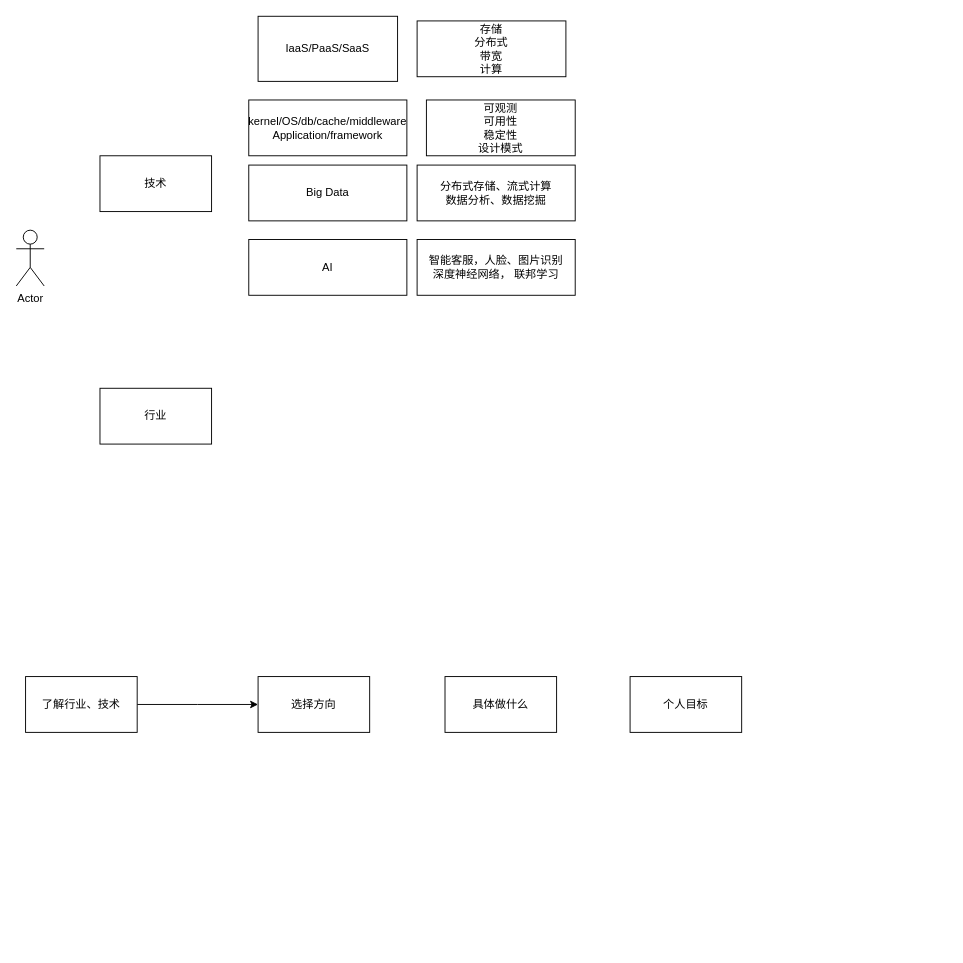
airdb/drawio keeps this draw.io diagram as engineer.drawio. Above is the earlier version. Source tidied: cells renumbered, new cells numbered last; positions are measured from the earlier drawing's top-left corner, leaving out a move shared by most shapes. Both pictures are drawn from the tidied source at 93%, with x=0, y=0 at pixel (16, 16).
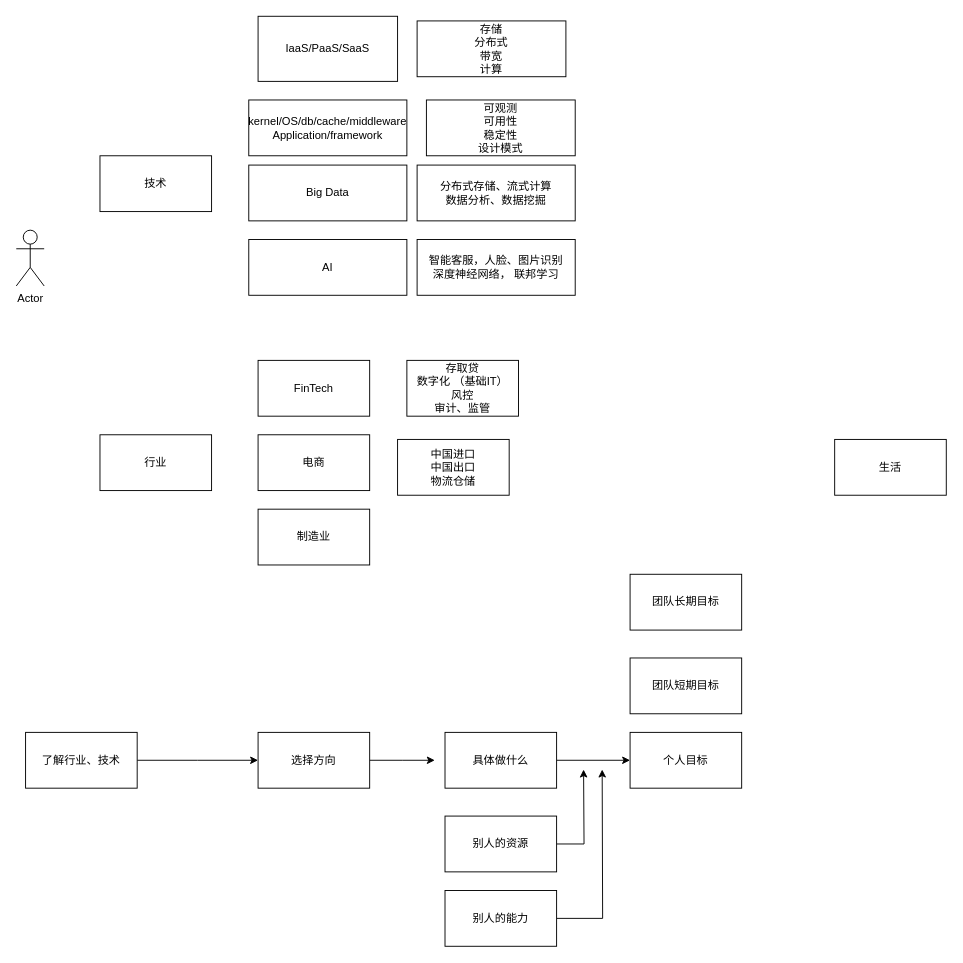
After the change.

What changed in the source:
```diff
@@
     <mxCell id="3" value="行业" style="rounded=0;whiteSpace=wrap;html=1;" parent="1" vertex="1">
-      <mxGeometry x="90" y="400" width="120" height="60" as="geometry" />
+      <mxGeometry x="90" y="450" width="120" height="60" as="geometry" />
     </mxCell>
@@
     <mxCell id="13" style="edgeStyle=orthogonalEdgeStyle;rounded=0;jettySize=auto;html=1;exitX=1;exitY=0.5;exitDx=0;exitDy=0;" parent="1" edge="1" source="14">
       <mxGeometry relative="1" as="geometry">
-        <mxPoint x="260" y="740" as="targetPoint" />
+        <mxPoint x="260" y="800" as="targetPoint" />
       </mxGeometry>
     </mxCell>
     <mxCell id="14" value="了解行业、技术" style="rounded=0;whiteSpace=wrap;html=1;" parent="1" vertex="1">
-      <mxGeometry x="10" y="710" width="120" height="60" as="geometry" />
+      <mxGeometry x="10" y="770" width="120" height="60" as="geometry" />
     </mxCell>
+    <mxCell id="18" style="edgeStyle=orthogonalEdgeStyle;rounded=0;jettySize=auto;html=1;" parent="1" edge="1" source="15">
+      <mxGeometry relative="1" as="geometry">
+        <mxPoint x="450" y="800" as="targetPoint" />
+      </mxGeometry>
+    </mxCell>
     <mxCell id="15" value="选择方向" style="rounded=0;whiteSpace=wrap;html=1;" parent="1" vertex="1">
-      <mxGeometry x="260" y="710" width="120" height="60" as="geometry" />
+      <mxGeometry x="260" y="770" width="120" height="60" as="geometry" />
     </mxCell>
+    <mxCell id="19" style="edgeStyle=orthogonalEdgeStyle;rounded=0;jettySize=auto;html=1;entryX=0;entryY=0.5;entryDx=0;entryDy=0;" parent="1" edge="1" source="16" target="17">
+      <mxGeometry relative="1" as="geometry" />
+    </mxCell>
     <mxCell id="16" value="具体做什么" style="rounded=0;whiteSpace=wrap;html=1;" parent="1" vertex="1">
-      <mxGeometry x="461" y="710" width="120" height="60" as="geometry" />
+      <mxGeometry x="461" y="770" width="120" height="60" as="geometry" />
     </mxCell>
     <mxCell id="17" value="个人目标" style="rounded=0;whiteSpace=wrap;html=1;" parent="1" vertex="1">
-      <mxGeometry x="660" y="710" width="120" height="60" as="geometry" />
+      <mxGeometry x="660" y="770" width="120" height="60" as="geometry" />
     </mxCell>
+    <mxCell id="20" value="FinTech" style="rounded=0;whiteSpace=wrap;html=1;" parent="1" vertex="1">
+      <mxGeometry x="260" y="370" width="120" height="60" as="geometry" />
+    </mxCell>
+    <mxCell id="21" value="电商" style="rounded=0;whiteSpace=wrap;html=1;" parent="1" vertex="1">
+      <mxGeometry x="260" y="450" width="120" height="60" as="geometry" />
+    </mxCell>
+    <mxCell id="22" value="制造业" style="rounded=0;whiteSpace=wrap;html=1;" parent="1" vertex="1">
+      <mxGeometry x="260" y="530" width="120" height="60" as="geometry" />
+    </mxCell>
+    <mxCell id="23" value="生活" style="rounded=0;whiteSpace=wrap;html=1;" parent="1" vertex="1">
+      <mxGeometry x="880" y="455" width="120" height="60" as="geometry" />
+    </mxCell>
+    <mxCell id="24" value="中国进口&lt;br&gt;中国出口&lt;br&gt;物流仓储" style="rounded=0;whiteSpace=wrap;html=1;" parent="1" vertex="1">
+      <mxGeometry x="410" y="455" width="120" height="60" as="geometry" />
+    </mxCell>
+    <mxCell id="25" value="存取贷&lt;br&gt;数字化 （基础IT）&lt;br&gt;风控&lt;br&gt;审计、监管" style="rounded=0;whiteSpace=wrap;html=1;" parent="1" vertex="1">
+      <mxGeometry x="420" y="370" width="120" height="60" as="geometry" />
+    </mxCell>
+    <mxCell id="26" style="edgeStyle=orthogonalEdgeStyle;rounded=0;jettySize=auto;html=1;" parent="1" edge="1" source="27">
+      <mxGeometry relative="1" as="geometry">
+        <mxPoint x="610" y="810" as="targetPoint" />
+      </mxGeometry>
+    </mxCell>
+    <mxCell id="27" value="别人的资源" style="rounded=0;whiteSpace=wrap;html=1;" parent="1" vertex="1">
+      <mxGeometry x="461" y="860" width="120" height="60" as="geometry" />
+    </mxCell>
+    <mxCell id="28" style="edgeStyle=orthogonalEdgeStyle;rounded=0;jettySize=auto;html=1;" parent="1" edge="1" source="29">
+      <mxGeometry relative="1" as="geometry">
+        <mxPoint x="630" y="810" as="targetPoint" />
+      </mxGeometry>
+    </mxCell>
+    <mxCell id="29" value="别人的能力" style="rounded=0;whiteSpace=wrap;html=1;" parent="1" vertex="1">
+      <mxGeometry x="461" y="940" width="120" height="60" as="geometry" />
+    </mxCell>
+    <mxCell id="30" value="团队短期目标" style="rounded=0;whiteSpace=wrap;html=1;" parent="1" vertex="1">
+      <mxGeometry x="660" y="690" width="120" height="60" as="geometry" />
+    </mxCell>
+    <mxCell id="31" value="团队长期目标" style="rounded=0;whiteSpace=wrap;html=1;" parent="1" vertex="1">
+      <mxGeometry x="660" y="600" width="120" height="60" as="geometry" />
+    </mxCell>
```
